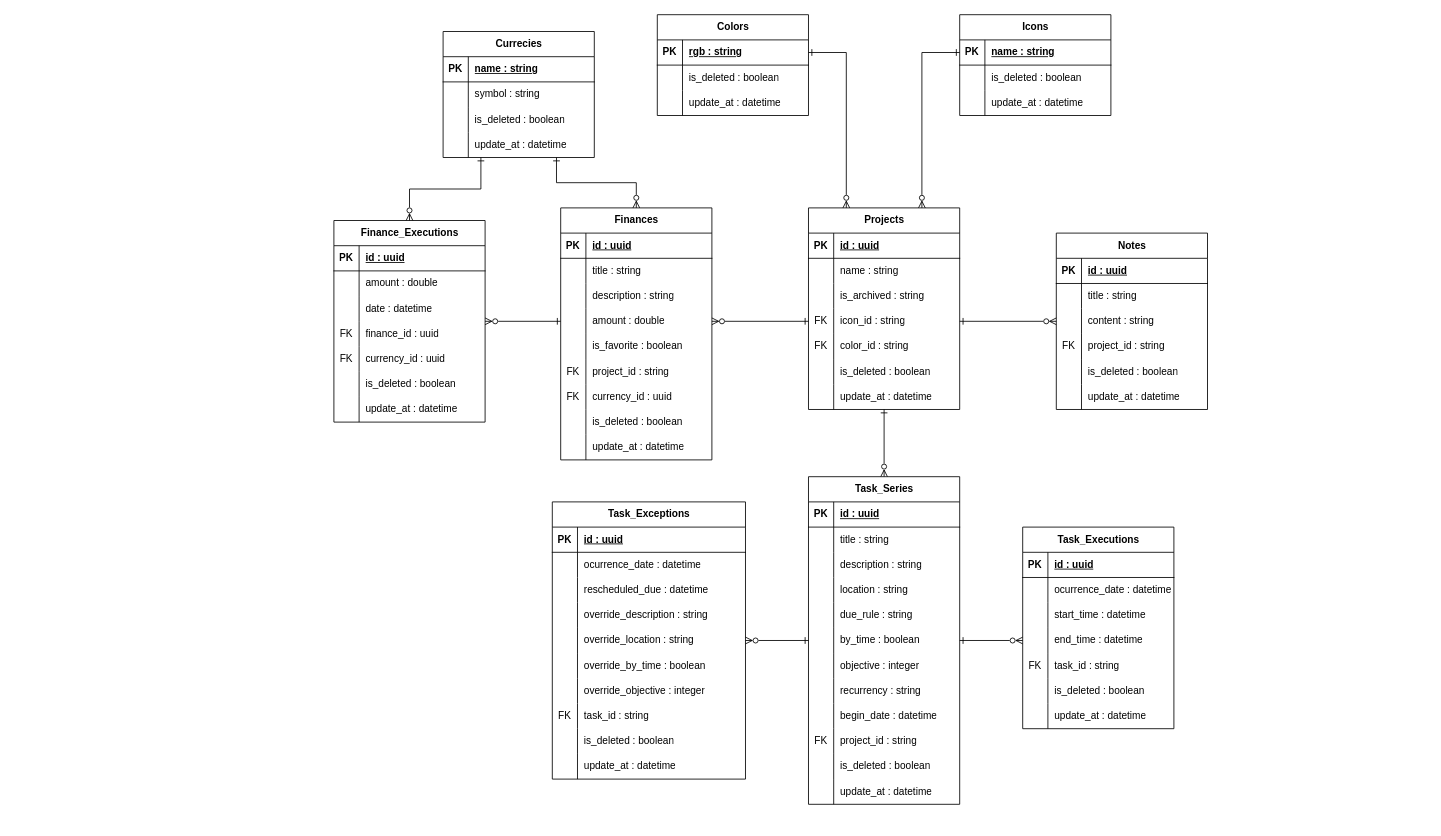
Earlier version of the draw.io diagram documentation/Relational_Model.drawio (PulidoLuciano/personal-space). Source tidied: cells renumbered, new cells numbered last; positions are measured from the earlier drawing's top-left corner, leaving out a move shared by most shapes. Both pictures are drawn from the tidied source at 84%, with x=0, y=0 at pixel (333, 14).
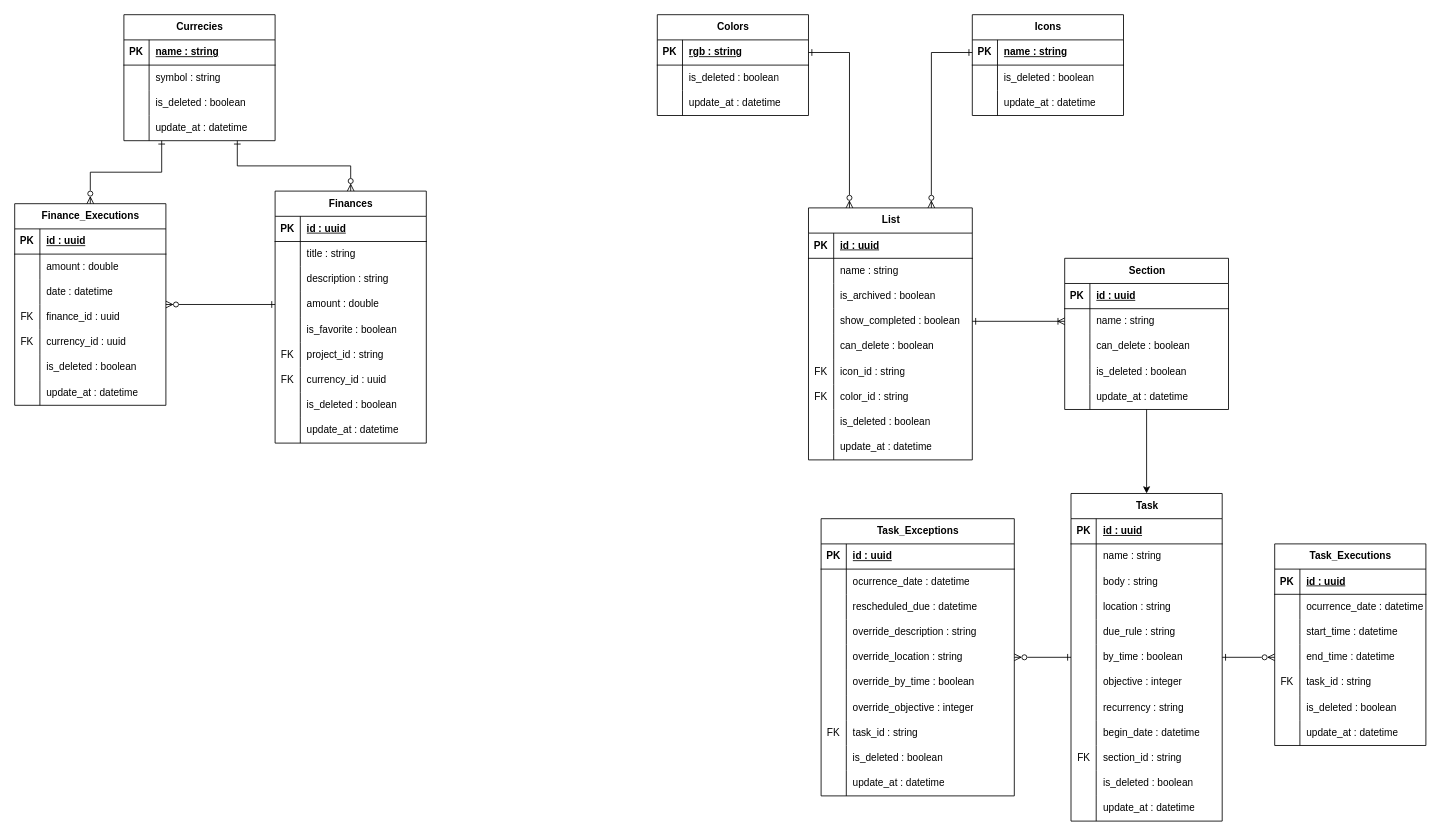
Above is the later version.

Commit message (it also covers changes not shown here):
Change relational model to new architecture

The change refers to these unchanged cells:
```xml
<mxCell id="77" style="shape=tableRow;horizontal=0;startSize=0;swimlaneHead=0;swimlaneBody=0;fillColor=none;points=[[0,0.5],[1,0.5]];portConstraint=eastwest;top=0;left=0;right=0;bottom=0;" parent="67" vertex="1">
  <mxGeometry y="120" width="180" height="30" as="geometry" />
</mxCell>
<mxCell id="138" style="shape=tableRow;horizontal=0;startSize=0;swimlaneHead=0;swimlaneBody=0;fillColor=none;top=0;left=0;right=0;bottom=0;" parent="134" vertex="1">
  <mxGeometry y="60" width="180" height="30" as="geometry" />
</mxCell>
<mxCell id="141" style="shape=tableRow;horizontal=0;startSize=0;swimlaneHead=0;swimlaneBody=0;fillColor=none;top=0;left=0;right=0;bottom=0;" parent="134" vertex="1">
  <mxGeometry y="90" width="180" height="30" as="geometry" />
</mxCell>
<mxCell id="162" style="shape=tableRow;horizontal=0;startSize=0;swimlaneHead=0;swimlaneBody=0;fillColor=none;top=0;left=0;right=0;bottom=0;" parent="134" vertex="1">
  <mxGeometry y="300" width="180" height="30" as="geometry" />
</mxCell>
```

What changed in the source:
```diff
@@
-    <mxCell id="2" style="edgeStyle=orthogonalEdgeStyle;rounded=0;jettySize=auto;html=1;exitX=0.5;exitY=1;exitDx=0;exitDy=0;entryX=0.5;entryY=0;entryDx=0;entryDy=0;endArrow=ERzeroToMany;endFill=0;startArrow=ERone;startFill=0;" parent="1" edge="1" source="3" target="134">
-      <mxGeometry relative="1" as="geometry" />
-    </mxCell>
-    <mxCell id="3" value="Projects" style="shape=table;startSize=30;childLayout=tableLayout;rowLines=0;fontStyle=1;align=center;html=1;" parent="1" vertex="1">
-      <mxGeometry x="565" y="230" width="180" height="240" as="geometry" />
+    <mxCell id="3" value="List" style="shape=table;startSize=30;childLayout=tableLayout;rowLines=0;fontStyle=1;align=center;html=1;" parent="1" vertex="1">
+      <mxGeometry x="565" y="230" width="195" height="300" as="geometry" />
     </mxCell>
     <mxCell id="4" style="shape=tableRow;horizontal=0;startSize=0;swimlaneHead=0;swimlaneBody=0;fillColor=none;top=0;left=0;right=0;bottom=1;" parent="3" vertex="1">
-      <mxGeometry y="30" width="180" height="30" as="geometry" />
+      <mxGeometry y="30" width="195" height="30" as="geometry" />
     </mxCell>
@@
     <mxCell id="6" value="id : uuid" style="shape=partialRectangle;fillColor=none;top=0;left=0;bottom=0;right=0;align=left;spacingLeft=6;fontStyle=5;overflow=hidden;whiteSpace=wrap;html=1;" parent="4" vertex="1">
-      <mxGeometry x="30" width="150" height="30" as="geometry" />
+      <mxGeometry x="30" width="165" height="30" as="geometry" />
     </mxCell>
     <mxCell id="7" style="shape=tableRow;horizontal=0;startSize=0;swimlaneHead=0;swimlaneBody=0;fillColor=none;top=0;left=0;right=0;bottom=0;" parent="3" vertex="1">
-      <mxGeometry y="60" width="180" height="30" as="geometry" />
+      <mxGeometry y="60" width="195" height="30" as="geometry" />
     </mxCell>
@@
     <mxCell id="9" value="name : string" style="shape=partialRectangle;fillColor=none;top=0;left=0;bottom=0;right=0;align=left;spacingLeft=6;overflow=hidden;whiteSpace=wrap;html=1;" parent="7" vertex="1">
-      <mxGeometry x="30" width="150" height="30" as="geometry" />
+      <mxGeometry x="30" width="165" height="30" as="geometry" />
     </mxCell>
     <mxCell id="10" style="shape=tableRow;horizontal=0;startSize=0;swimlaneHead=0;swimlaneBody=0;fillColor=none;top=0;left=0;right=0;bottom=0;" parent="3" vertex="1">
-      <mxGeometry y="90" width="180" height="30" as="geometry" />
+      <mxGeometry y="90" width="195" height="30" as="geometry" />
     </mxCell>
@@
-    <mxCell id="12" value="is_archived : string" style="shape=partialRectangle;fillColor=none;top=0;left=0;bottom=0;right=0;align=left;spacingLeft=6;overflow=hidden;whiteSpace=wrap;html=1;" parent="10" vertex="1">
-      <mxGeometry x="30" width="150" height="30" as="geometry" />
+    <mxCell id="12" value="is_archived : boolean" style="shape=partialRectangle;fillColor=none;top=0;left=0;bottom=0;right=0;align=left;spacingLeft=6;overflow=hidden;whiteSpace=wrap;html=1;" parent="10" vertex="1">
+      <mxGeometry x="30" width="165" height="30" as="geometry" />
     </mxCell>
+    <mxCell id="226" style="shape=tableRow;horizontal=0;startSize=0;swimlaneHead=0;swimlaneBody=0;fillColor=none;points=[[0,0.5],[1,0.5]];portConstraint=eastwest;top=0;left=0;right=0;bottom=0;" parent="3" vertex="1">
+      <mxGeometry y="120" width="195" height="30" as="geometry" />
+    </mxCell>
+    <mxCell id="227" style="shape=partialRectangle;fillColor=none;top=0;left=0;bottom=0;right=0;overflow=hidden;whiteSpace=wrap;html=1;" parent="226" vertex="1">
+      <mxGeometry width="30" height="30" as="geometry" />
+    </mxCell>
+    <mxCell id="228" value="show_completed : boolean" style="shape=partialRectangle;fillColor=none;top=0;left=0;bottom=0;right=0;align=left;spacingLeft=6;overflow=hidden;whiteSpace=wrap;html=1;" parent="226" vertex="1">
+      <mxGeometry x="30" width="165" height="30" as="geometry" />
+    </mxCell>
+    <mxCell id="229" style="shape=tableRow;horizontal=0;startSize=0;swimlaneHead=0;swimlaneBody=0;fillColor=none;top=0;left=0;right=0;bottom=0;" parent="3" vertex="1">
+      <mxGeometry y="150" width="195" height="30" as="geometry" />
+    </mxCell>
+    <mxCell id="230" style="shape=partialRectangle;fillColor=none;top=0;left=0;bottom=0;right=0;overflow=hidden;whiteSpace=wrap;html=1;" parent="229" vertex="1">
+      <mxGeometry width="30" height="30" as="geometry" />
+    </mxCell>
+    <mxCell id="231" value="can_delete : boolean" style="shape=partialRectangle;fillColor=none;top=0;left=0;bottom=0;right=0;align=left;spacingLeft=6;overflow=hidden;whiteSpace=wrap;html=1;" parent="229" vertex="1">
+      <mxGeometry x="30" width="165" height="30" as="geometry" />
+    </mxCell>
     <mxCell id="13" style="shape=tableRow;horizontal=0;startSize=0;swimlaneHead=0;swimlaneBody=0;fillColor=none;points=[[0,0.5],[1,0.5]];portConstraint=eastwest;top=0;left=0;right=0;bottom=0;" parent="3" vertex="1">
-      <mxGeometry y="120" width="180" height="30" as="geometry" />
+      <mxGeometry y="180" width="195" height="30" as="geometry" />
     </mxCell>
@@
     <mxCell id="15" value="icon_id : string" style="shape=partialRectangle;fillColor=none;top=0;left=0;bottom=0;right=0;align=left;spacingLeft=6;overflow=hidden;whiteSpace=wrap;html=1;" parent="13" vertex="1">
-      <mxGeometry x="30" width="150" height="30" as="geometry" />
+      <mxGeometry x="30" width="165" height="30" as="geometry" />
     </mxCell>
     <mxCell id="16" style="shape=tableRow;horizontal=0;startSize=0;swimlaneHead=0;swimlaneBody=0;fillColor=none;top=0;left=0;right=0;bottom=0;" parent="3" vertex="1">
-      <mxGeometry y="150" width="180" height="30" as="geometry" />
+      <mxGeometry y="210" width="195" height="30" as="geometry" />
     </mxCell>
@@
     <mxCell id="18" value="color_id : string" style="shape=partialRectangle;fillColor=none;top=0;left=0;bottom=0;right=0;align=left;spacingLeft=6;overflow=hidden;whiteSpace=wrap;html=1;" parent="16" vertex="1">
-      <mxGeometry x="30" width="150" height="30" as="geometry" />
+      <mxGeometry x="30" width="165" height="30" as="geometry" />
     </mxCell>
     <mxCell id="19" style="shape=tableRow;horizontal=0;startSize=0;swimlaneHead=0;swimlaneBody=0;fillColor=none;top=0;left=0;right=0;bottom=0;" parent="3" vertex="1">
-      <mxGeometry y="180" width="180" height="30" as="geometry" />
+      <mxGeometry y="240" width="195" height="30" as="geometry" />
     </mxCell>
@@
     <mxCell id="21" value="is_deleted : boolean" style="shape=partialRectangle;fillColor=none;top=0;left=0;bottom=0;right=0;align=left;spacingLeft=6;overflow=hidden;whiteSpace=wrap;html=1;" parent="19" vertex="1">
-      <mxGeometry x="30" width="150" height="30" as="geometry" />
+      <mxGeometry x="30" width="165" height="30" as="geometry" />
     </mxCell>
     <mxCell id="22" style="shape=tableRow;horizontal=0;startSize=0;swimlaneHead=0;swimlaneBody=0;fillColor=none;top=0;left=0;right=0;bottom=0;" parent="3" vertex="1">
-      <mxGeometry y="210" width="180" height="30" as="geometry" />
+      <mxGeometry y="270" width="195" height="30" as="geometry" />
     </mxCell>
@@
     <mxCell id="24" value="update_at : datetime" style="shape=partialRectangle;fillColor=none;top=0;left=0;bottom=0;right=0;align=left;spacingLeft=6;overflow=hidden;whiteSpace=wrap;html=1;" parent="22" vertex="1">
-      <mxGeometry x="30" width="150" height="30" as="geometry" />
+      <mxGeometry x="30" width="165" height="30" as="geometry" />
     </mxCell>
@@
     <mxCell id="35" value="Icons" style="shape=table;startSize=30;childLayout=tableLayout;rowLines=0;fontStyle=1;align=center;html=1;" parent="1" vertex="1">
-      <mxGeometry x="745" width="180" height="120" as="geometry" />
+      <mxGeometry x="760" width="180" height="120" as="geometry" />
     </mxCell>
@@
-    <mxCell id="47" value="Notes" style="shape=table;startSize=30;childLayout=tableLayout;rowLines=0;fontStyle=1;align=center;html=1;" parent="1" vertex="1">
-      <mxGeometry x="860" y="260" width="180" height="210" as="geometry" />
-    </mxCell>
-    <mxCell id="48" style="shape=tableRow;horizontal=0;startSize=0;swimlaneHead=0;swimlaneBody=0;fillColor=none;top=0;left=0;right=0;bottom=1;" parent="47" vertex="1">
-      <mxGeometry y="30" width="180" height="30" as="geometry" />
-    </mxCell>
-    <mxCell id="49" value="PK" style="shape=partialRectangle;fillColor=none;top=0;left=0;bottom=0;right=0;fontStyle=1;overflow=hidden;whiteSpace=wrap;html=1;" parent="48" vertex="1">
-      <mxGeometry width="30" height="30" as="geometry" />
-    </mxCell>
-    <mxCell id="50" value="id : uuid" style="shape=partialRectangle;fillColor=none;top=0;left=0;bottom=0;right=0;align=left;spacingLeft=6;fontStyle=5;overflow=hidden;whiteSpace=wrap;html=1;" parent="48" vertex="1">
-      <mxGeometry x="30" width="150" height="30" as="geometry" />
-    </mxCell>
-    <mxCell id="51" style="shape=tableRow;horizontal=0;startSize=0;swimlaneHead=0;swimlaneBody=0;fillColor=none;top=0;left=0;right=0;bottom=0;" parent="47" vertex="1">
-      <mxGeometry y="60" width="180" height="30" as="geometry" />
-    </mxCell>
-    <mxCell id="52" style="shape=partialRectangle;fillColor=none;top=0;left=0;bottom=0;right=0;overflow=hidden;whiteSpace=wrap;html=1;" parent="51" vertex="1">
-      <mxGeometry width="30" height="30" as="geometry" />
-    </mxCell>
-    <mxCell id="53" value="title : string" style="shape=partialRectangle;fillColor=none;top=0;left=0;bottom=0;right=0;align=left;spacingLeft=6;overflow=hidden;whiteSpace=wrap;html=1;" parent="51" vertex="1">
-      <mxGeometry x="30" width="150" height="30" as="geometry" />
-    </mxCell>
-    <mxCell id="54" style="shape=tableRow;horizontal=0;startSize=0;swimlaneHead=0;swimlaneBody=0;fillColor=none;points=[[0,0.5],[1,0.5]];portConstraint=eastwest;top=0;left=0;right=0;bottom=0;" parent="47" vertex="1">
-      <mxGeometry y="90" width="180" height="30" as="geometry" />
-    </mxCell>
-    <mxCell id="55" style="shape=partialRectangle;fillColor=none;top=0;left=0;bottom=0;right=0;overflow=hidden;whiteSpace=wrap;html=1;" parent="54" vertex="1">
-      <mxGeometry width="30" height="30" as="geometry" />
-    </mxCell>
-    <mxCell id="56" value="content : string" style="shape=partialRectangle;fillColor=none;top=0;left=0;bottom=0;right=0;align=left;spacingLeft=6;overflow=hidden;whiteSpace=wrap;html=1;" parent="54" vertex="1">
-      <mxGeometry x="30" width="150" height="30" as="geometry" />
-    </mxCell>
-    <mxCell id="57" style="shape=tableRow;horizontal=0;startSize=0;swimlaneHead=0;swimlaneBody=0;fillColor=none;top=0;left=0;right=0;bottom=0;" parent="47" vertex="1">
-      <mxGeometry y="120" width="180" height="30" as="geometry" />
-    </mxCell>
-    <mxCell id="58" value="FK" style="shape=partialRectangle;fillColor=none;top=0;left=0;bottom=0;right=0;overflow=hidden;whiteSpace=wrap;html=1;" parent="57" vertex="1">
-      <mxGeometry width="30" height="30" as="geometry" />
-    </mxCell>
-    <mxCell id="59" value="project_id : string" style="shape=partialRectangle;fillColor=none;top=0;left=0;bottom=0;right=0;align=left;spacingLeft=6;overflow=hidden;whiteSpace=wrap;html=1;" parent="57" vertex="1">
-      <mxGeometry x="30" width="150" height="30" as="geometry" />
-    </mxCell>
-    <mxCell id="60" style="shape=tableRow;horizontal=0;startSize=0;swimlaneHead=0;swimlaneBody=0;fillColor=none;top=0;left=0;right=0;bottom=0;" parent="47" vertex="1">
-      <mxGeometry y="150" width="180" height="30" as="geometry" />
-    </mxCell>
-    <mxCell id="61" style="shape=partialRectangle;fillColor=none;top=0;left=0;bottom=0;right=0;overflow=hidden;whiteSpace=wrap;html=1;" parent="60" vertex="1">
-      <mxGeometry width="30" height="30" as="geometry" />
-    </mxCell>
-    <mxCell id="62" value="is_deleted : boolean" style="shape=partialRectangle;fillColor=none;top=0;left=0;bottom=0;right=0;align=left;spacingLeft=6;overflow=hidden;whiteSpace=wrap;html=1;" parent="60" vertex="1">
-      <mxGeometry x="30" width="150" height="30" as="geometry" />
-    </mxCell>
-    <mxCell id="63" style="shape=tableRow;horizontal=0;startSize=0;swimlaneHead=0;swimlaneBody=0;fillColor=none;top=0;left=0;right=0;bottom=0;" parent="47" vertex="1">
-      <mxGeometry y="180" width="180" height="30" as="geometry" />
-    </mxCell>
-    <mxCell id="64" style="shape=partialRectangle;fillColor=none;top=0;left=0;bottom=0;right=0;overflow=hidden;whiteSpace=wrap;html=1;" parent="63" vertex="1">
-      <mxGeometry width="30" height="30" as="geometry" />
-    </mxCell>
-    <mxCell id="65" value="update_at : datetime" style="shape=partialRectangle;fillColor=none;top=0;left=0;bottom=0;right=0;align=left;spacingLeft=6;overflow=hidden;whiteSpace=wrap;html=1;" parent="63" vertex="1">
-      <mxGeometry x="30" width="150" height="30" as="geometry" />
-    </mxCell>
-    <mxCell id="66" style="edgeStyle=orthogonalEdgeStyle;rounded=0;jettySize=auto;html=1;exitX=1;exitY=0.5;exitDx=0;exitDy=0;entryX=0;entryY=0.5;entryDx=0;entryDy=0;startArrow=ERone;startFill=0;endArrow=ERzeroToMany;endFill=0;" parent="1" edge="1" source="13" target="54">
-      <mxGeometry relative="1" as="geometry" />
-    </mxCell>
     <mxCell id="67" value="Finances" style="shape=table;startSize=30;childLayout=tableLayout;rowLines=0;fontStyle=1;align=center;html=1;" parent="1" vertex="1">
-      <mxGeometry x="270" y="230" width="180" height="300" as="geometry" />
+      <mxGeometry x="-70" y="210" width="180" height="300" as="geometry" />
     </mxCell>
@@
-    <mxCell id="95" style="edgeStyle=orthogonalEdgeStyle;rounded=0;jettySize=auto;html=1;exitX=1;exitY=0.5;exitDx=0;exitDy=0;entryX=0;entryY=0.5;entryDx=0;entryDy=0;endArrow=ERone;endFill=0;startArrow=ERzeroToMany;startFill=0;" parent="1" edge="1" source="77" target="13">
-      <mxGeometry relative="1" as="geometry" />
-    </mxCell>
     <mxCell id="96" value="Finance_Executions" style="shape=table;startSize=30;childLayout=tableLayout;rowLines=0;fontStyle=1;align=center;html=1;" parent="1" vertex="1">
-      <mxGeometry y="245" width="180" height="240" as="geometry" />
+      <mxGeometry x="-380" y="225" width="180" height="240" as="geometry" />
     </mxCell>
@@
     <mxCell id="121" value="Currecies" style="shape=table;startSize=30;childLayout=tableLayout;rowLines=0;fontStyle=1;align=center;html=1;" parent="1" vertex="1">
-      <mxGeometry x="130" y="20" width="180" height="150" as="geometry" />
+      <mxGeometry x="-250" width="180" height="150" as="geometry" />
     </mxCell>
@@
-    <mxCell id="134" value="Task_Series" style="shape=table;startSize=30;childLayout=tableLayout;rowLines=0;fontStyle=1;align=center;html=1;" parent="1" vertex="1">
-      <mxGeometry x="565" y="550" width="180" height="390" as="geometry" />
+    <mxCell id="134" value="Task" style="shape=table;startSize=30;childLayout=tableLayout;rowLines=0;fontStyle=1;align=center;html=1;" parent="1" vertex="1">
+      <mxGeometry x="877.5" y="570" width="180" height="390" as="geometry" />
     </mxCell>
@@
-    <mxCell id="140" value="title : string" style="shape=partialRectangle;fillColor=none;top=0;left=0;bottom=0;right=0;align=left;spacingLeft=6;overflow=hidden;whiteSpace=wrap;html=1;" parent="138" vertex="1">
+    <mxCell id="140" value="name : string" style="shape=partialRectangle;fillColor=none;top=0;left=0;bottom=0;right=0;align=left;spacingLeft=6;overflow=hidden;whiteSpace=wrap;html=1;" parent="138" vertex="1">
       <mxGeometry x="30" width="150" height="30" as="geometry" />
     </mxCell>
@@
-    <mxCell id="143" value="description : string" style="shape=partialRectangle;fillColor=none;top=0;left=0;bottom=0;right=0;align=left;spacingLeft=6;overflow=hidden;whiteSpace=wrap;html=1;" parent="141" vertex="1">
+    <mxCell id="143" value="body : string" style="shape=partialRectangle;fillColor=none;top=0;left=0;bottom=0;right=0;align=left;spacingLeft=6;overflow=hidden;whiteSpace=wrap;html=1;" parent="141" vertex="1">
       <mxGeometry x="30" width="150" height="30" as="geometry" />
     </mxCell>
@@
-    <mxCell id="164" value="project_id : string" style="shape=partialRectangle;fillColor=none;top=0;left=0;bottom=0;right=0;align=left;spacingLeft=6;overflow=hidden;whiteSpace=wrap;html=1;" parent="162" vertex="1">
+    <mxCell id="164" value="section_id : string" style="shape=partialRectangle;fillColor=none;top=0;left=0;bottom=0;right=0;align=left;spacingLeft=6;overflow=hidden;whiteSpace=wrap;html=1;" parent="162" vertex="1">
       <mxGeometry x="30" width="150" height="30" as="geometry" />
     </mxCell>
@@
     <mxCell id="171" value="Task_Executions" style="shape=table;startSize=30;childLayout=tableLayout;rowLines=0;fontStyle=1;align=center;html=1;" parent="1" vertex="1">
-      <mxGeometry x="820" y="610" width="180" height="240" as="geometry" />
+      <mxGeometry x="1120" y="630" width="180" height="240" as="geometry" />
     </mxCell>
@@
     <mxCell id="194" value="Task_Exceptions" style="shape=table;startSize=30;childLayout=tableLayout;rowLines=0;fontStyle=1;align=center;html=1;" parent="1" vertex="1">
-      <mxGeometry x="260" y="580" width="230" height="330" as="geometry" />
+      <mxGeometry x="580" y="600" width="230" height="330" as="geometry" />
     </mxCell>
@@
+    <mxCell id="232" style="edgeStyle=orthogonalEdgeStyle;rounded=0;jettySize=auto;html=1;entryX=0.5;entryY=0;entryDx=0;entryDy=0;" parent="1" edge="1" source="233" target="134">
+      <mxGeometry relative="1" as="geometry" />
+    </mxCell>
+    <mxCell id="233" value="Section" style="shape=table;startSize=30;childLayout=tableLayout;rowLines=0;fontStyle=1;align=center;html=1;" parent="1" vertex="1">
+      <mxGeometry x="870" y="290" width="195" height="180" as="geometry" />
+    </mxCell>
+    <mxCell id="234" style="shape=tableRow;horizontal=0;startSize=0;swimlaneHead=0;swimlaneBody=0;fillColor=none;top=0;left=0;right=0;bottom=1;" parent="233" vertex="1">
+      <mxGeometry y="30" width="195" height="30" as="geometry" />
+    </mxCell>
+    <mxCell id="49" value="PK" style="shape=partialRectangle;fillColor=none;top=0;left=0;bottom=0;right=0;fontStyle=1;overflow=hidden;whiteSpace=wrap;html=1;" parent="234" vertex="1">
+      <mxGeometry width="30" height="30" as="geometry" />
+    </mxCell>
+    <mxCell id="50" value="id : uuid" style="shape=partialRectangle;fillColor=none;top=0;left=0;bottom=0;right=0;align=left;spacingLeft=6;fontStyle=5;overflow=hidden;whiteSpace=wrap;html=1;" parent="234" vertex="1">
+      <mxGeometry x="30" width="165" height="30" as="geometry" />
+    </mxCell>
+    <mxCell id="235" style="shape=tableRow;horizontal=0;startSize=0;swimlaneHead=0;swimlaneBody=0;fillColor=none;points=[[0,0.5],[1,0.5]];portConstraint=eastwest;top=0;left=0;right=0;bottom=0;" parent="233" vertex="1">
+      <mxGeometry y="60" width="195" height="30" as="geometry" />
+    </mxCell>
+    <mxCell id="236" style="shape=partialRectangle;fillColor=none;top=0;left=0;bottom=0;right=0;overflow=hidden;whiteSpace=wrap;html=1;" parent="235" vertex="1">
+      <mxGeometry width="30" height="30" as="geometry" />
+    </mxCell>
+    <mxCell id="237" value="name : string" style="shape=partialRectangle;fillColor=none;top=0;left=0;bottom=0;right=0;align=left;spacingLeft=6;overflow=hidden;whiteSpace=wrap;html=1;" parent="235" vertex="1">
+      <mxGeometry x="30" width="165" height="30" as="geometry" />
+    </mxCell>
+    <mxCell id="238" style="shape=tableRow;horizontal=0;startSize=0;swimlaneHead=0;swimlaneBody=0;fillColor=none;top=0;left=0;right=0;bottom=0;" parent="233" vertex="1">
+      <mxGeometry y="90" width="195" height="30" as="geometry" />
+    </mxCell>
+    <mxCell id="239" style="shape=partialRectangle;fillColor=none;top=0;left=0;bottom=0;right=0;overflow=hidden;whiteSpace=wrap;html=1;" parent="238" vertex="1">
+      <mxGeometry width="30" height="30" as="geometry" />
+    </mxCell>
+    <mxCell id="240" value="can_delete : boolean" style="shape=partialRectangle;fillColor=none;top=0;left=0;bottom=0;right=0;align=left;spacingLeft=6;overflow=hidden;whiteSpace=wrap;html=1;" parent="238" vertex="1">
+      <mxGeometry x="30" width="165" height="30" as="geometry" />
+    </mxCell>
+    <mxCell id="241" style="shape=tableRow;horizontal=0;startSize=0;swimlaneHead=0;swimlaneBody=0;fillColor=none;top=0;left=0;right=0;bottom=0;" parent="233" vertex="1">
+      <mxGeometry y="120" width="195" height="30" as="geometry" />
+    </mxCell>
+    <mxCell id="242" style="shape=partialRectangle;fillColor=none;top=0;left=0;bottom=0;right=0;overflow=hidden;whiteSpace=wrap;html=1;" parent="241" vertex="1">
+      <mxGeometry width="30" height="30" as="geometry" />
+    </mxCell>
+    <mxCell id="62" value="is_deleted : boolean" style="shape=partialRectangle;fillColor=none;top=0;left=0;bottom=0;right=0;align=left;spacingLeft=6;overflow=hidden;whiteSpace=wrap;html=1;" parent="241" vertex="1">
+      <mxGeometry x="30" width="165" height="30" as="geometry" />
+    </mxCell>
+    <mxCell id="243" style="shape=tableRow;horizontal=0;startSize=0;swimlaneHead=0;swimlaneBody=0;fillColor=none;top=0;left=0;right=0;bottom=0;" parent="233" vertex="1">
+      <mxGeometry y="150" width="195" height="30" as="geometry" />
+    </mxCell>
+    <mxCell id="244" style="shape=partialRectangle;fillColor=none;top=0;left=0;bottom=0;right=0;overflow=hidden;whiteSpace=wrap;html=1;" parent="243" vertex="1">
+      <mxGeometry width="30" height="30" as="geometry" />
+    </mxCell>
+    <mxCell id="65" value="update_at : datetime" style="shape=partialRectangle;fillColor=none;top=0;left=0;bottom=0;right=0;align=left;spacingLeft=6;overflow=hidden;whiteSpace=wrap;html=1;" parent="243" vertex="1">
+      <mxGeometry x="30" width="165" height="30" as="geometry" />
+    </mxCell>
+    <mxCell id="245" style="edgeStyle=orthogonalEdgeStyle;rounded=0;jettySize=auto;html=1;exitX=1;exitY=0.5;exitDx=0;exitDy=0;entryX=0;entryY=0.5;entryDx=0;entryDy=0;endArrow=ERoneToMany;endFill=0;startArrow=ERone;startFill=0;" parent="1" edge="1" source="226" target="235">
+      <mxGeometry relative="1" as="geometry" />
+    </mxCell>
```
